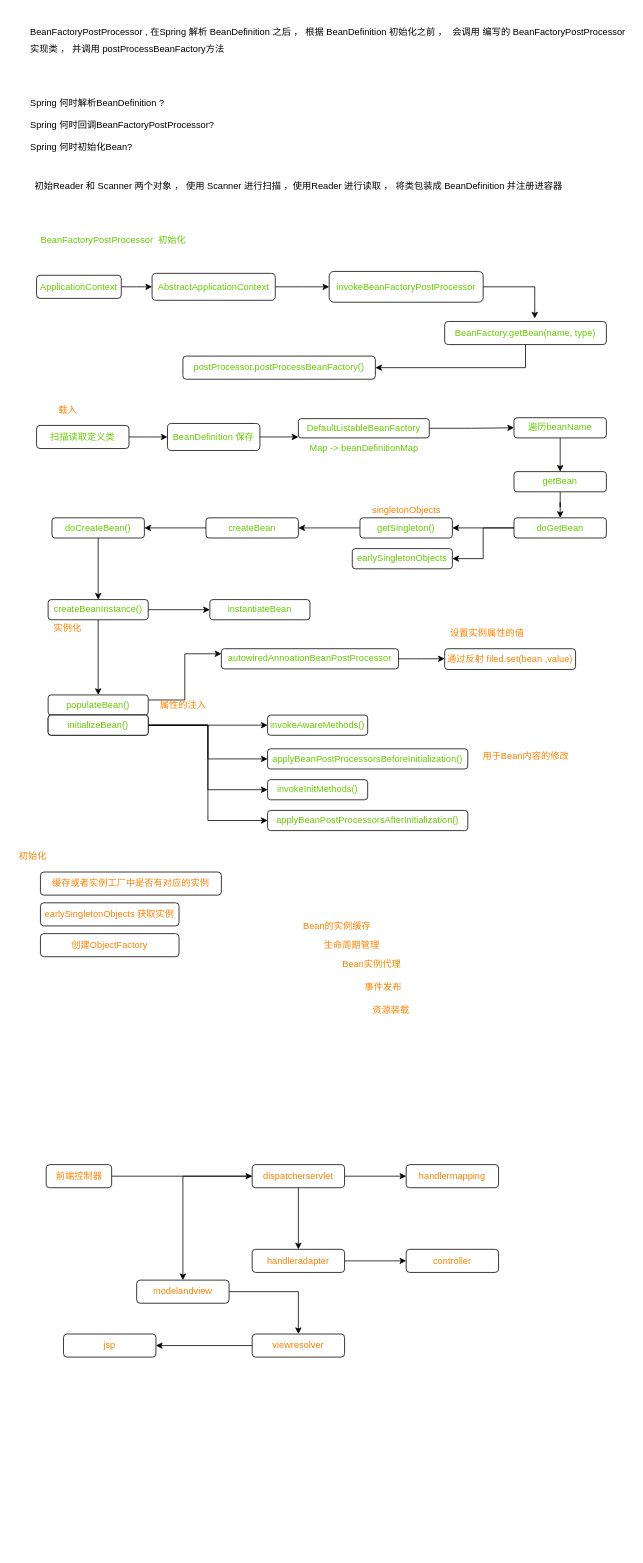
Before: page "spring" (2 of 2) of SpringBoot.drawio in topyuluo/photo-project, a draw.io diagram. Source tidied: cells renumbered, new cells numbered last; positions are measured from the earlier drawing's top-left corner, leaving out a move shared by most shapes. Both pictures are drawn from the tidied source at 77%, with x=0, y=0 at pixel (13, 25).
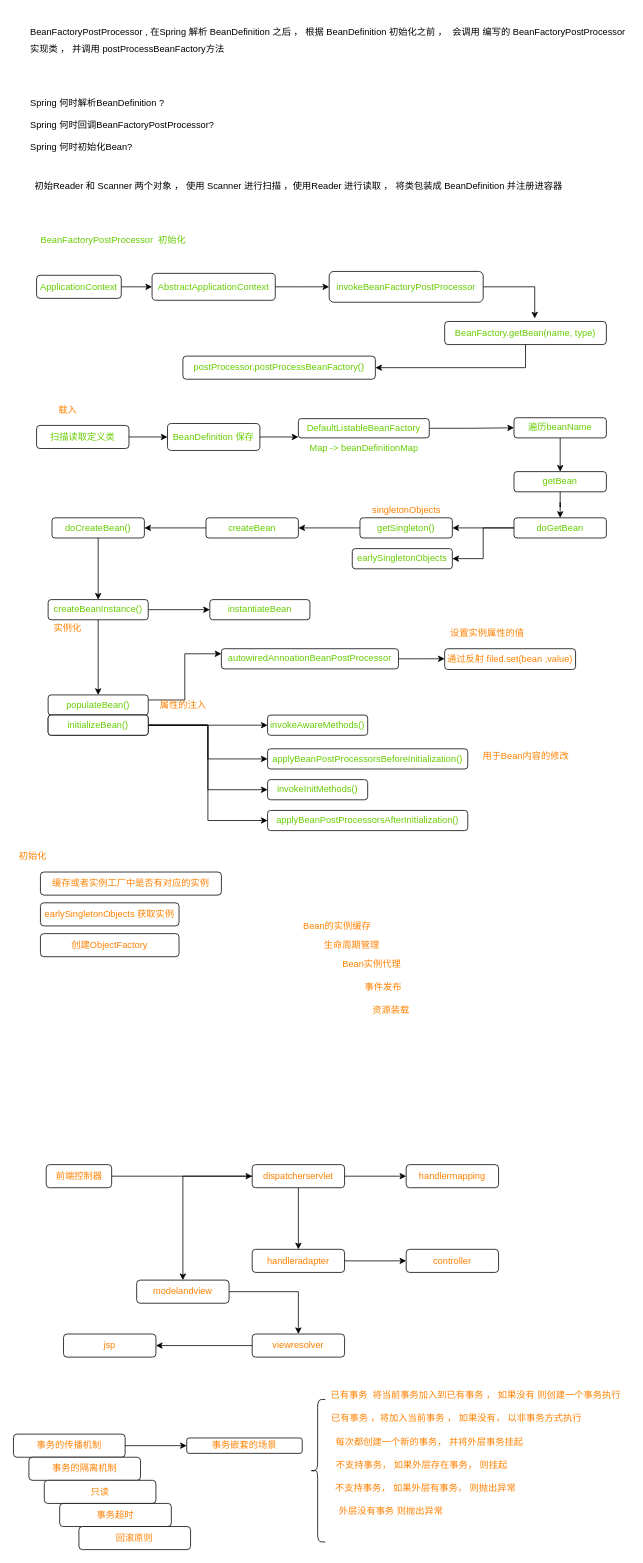
Above is the later version.

What changed in the source:
```diff
@@
+    <mxCell id="85" style="edgeStyle=orthogonalEdgeStyle;rounded=0;jettySize=auto;html=1;fontColor=#FF8000;" parent="1" edge="1" source="86" target="91">
+      <mxGeometry relative="1" as="geometry" />
+    </mxCell>
+    <mxCell id="86" value="事务的传播机制" style="rounded=1;whiteSpace=wrap;html=1;fontColor=#FF8000;align=center;" parent="1" vertex="1">
+      <mxGeometry y="1830" width="145" height="30" as="geometry" />
+    </mxCell>
+    <mxCell id="87" value="事务的隔离机制" style="rounded=1;whiteSpace=wrap;html=1;fontColor=#FF8000;align=center;" parent="1" vertex="1">
+      <mxGeometry x="20" y="1860" width="145" height="30" as="geometry" />
+    </mxCell>
+    <mxCell id="88" value="只读" style="rounded=1;whiteSpace=wrap;html=1;fontColor=#FF8000;align=center;" parent="1" vertex="1">
+      <mxGeometry x="40" y="1890" width="145" height="30" as="geometry" />
+    </mxCell>
+    <mxCell id="89" value="事务超时" style="rounded=1;whiteSpace=wrap;html=1;fontColor=#FF8000;align=center;" parent="1" vertex="1">
+      <mxGeometry x="60" y="1920" width="145" height="30" as="geometry" />
+    </mxCell>
+    <mxCell id="90" value="回滚原则" style="rounded=1;whiteSpace=wrap;html=1;fontColor=#FF8000;align=center;" parent="1" vertex="1">
+      <mxGeometry x="85" y="1950" width="145" height="30" as="geometry" />
+    </mxCell>
+    <mxCell id="91" value="事务嵌套的场景" style="rounded=1;whiteSpace=wrap;html=1;fontColor=#FF8000;align=center;" parent="1" vertex="1">
+      <mxGeometry x="225" y="1835" width="150" height="20" as="geometry" />
+    </mxCell>
+    <mxCell id="92" style="shape=curlyBracket;whiteSpace=wrap;html=1;rounded=1;fontColor=#FF8000;align=center;" parent="1" vertex="1">
+      <mxGeometry x="385" y="1785" width="20" height="185" as="geometry" />
+    </mxCell>
+    <mxCell id="93" value="已有事务&amp;nbsp; 将当前事务加入到已有事务 ， 如果没有 则创建一个事务执行" style="text;html=1;align=center;verticalAlign=middle;strokeColor=none;fillColor=none;fontColor=#FF8000;" parent="1" vertex="1">
+      <mxGeometry x="405" y="1770" width="390" height="20" as="geometry" />
+    </mxCell>
+    <mxCell id="94" value="已有事务 ，将加入当前事务 ， 如果没有， 以非事务方式执行" style="text;html=1;align=center;verticalAlign=middle;strokeColor=none;fillColor=none;fontColor=#FF8000;" parent="1" vertex="1">
+      <mxGeometry x="405" y="1800" width="340" height="20" as="geometry" />
+    </mxCell>
+    <mxCell id="95" value="每次都创建一个新的事务， 并将外层事务挂起" style="text;html=1;align=center;verticalAlign=middle;strokeColor=none;fillColor=none;fontColor=#FF8000;" parent="1" vertex="1">
+      <mxGeometry x="410" y="1830" width="260" height="20" as="geometry" />
+    </mxCell>
+    <mxCell id="96" value="不支持事务， 如果外层存在事务， 则挂起" style="text;html=1;align=center;verticalAlign=middle;strokeColor=none;fillColor=none;fontColor=#FF8000;" parent="1" vertex="1">
+      <mxGeometry x="410" y="1860" width="240" height="20" as="geometry" />
+    </mxCell>
+    <mxCell id="97" value="不支持事务， 如果外层有事务， 则抛出异常" style="text;html=1;align=center;verticalAlign=middle;strokeColor=none;fillColor=none;fontColor=#FF8000;" parent="1" vertex="1">
+      <mxGeometry x="410" y="1890" width="250" height="20" as="geometry" />
+    </mxCell>
+    <mxCell id="98" value="外层没有事务 则抛出异常" style="text;html=1;align=center;verticalAlign=middle;strokeColor=none;fillColor=none;fontColor=#FF8000;" parent="1" vertex="1">
+      <mxGeometry x="415" y="1920" width="150" height="20" as="geometry" />
+    </mxCell>
```
